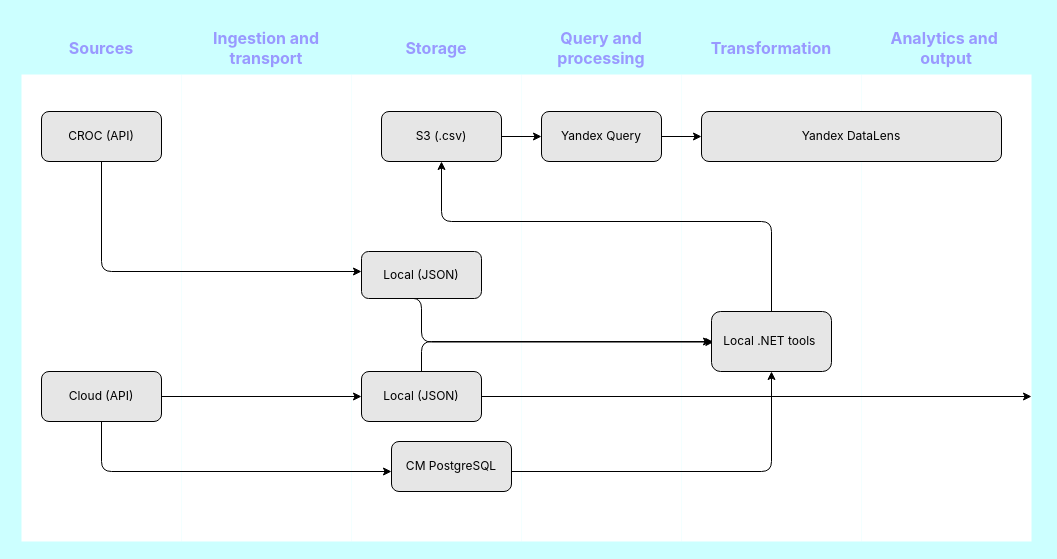
This is Untitled Diagram.drawio from ptokarev/cloudmaster, a draw.io file, before an edit. Source tidied: cells renumbered, new cells numbered last; positions are measured from the earlier drawing's top-left corner, leaving out a move shared by most shapes. Both pictures are drawn from the tidied source at 100%, with x=0, y=0 at pixel (21, 21).
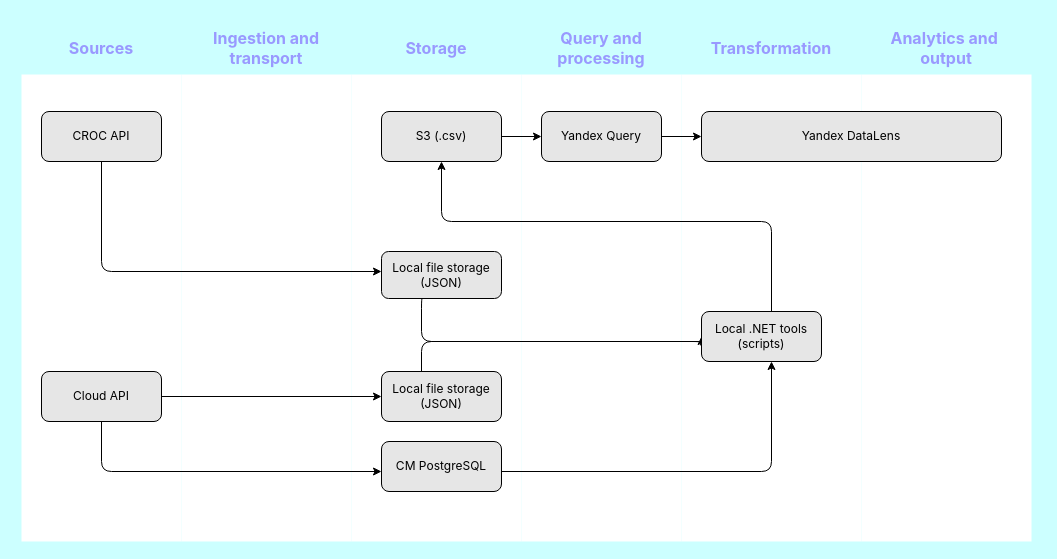
Above is the later version.

Unchanged cells that the change refers to:
```xml
<mxCell id="17" style="whiteSpace=wrap;html=1;rounded=1;" parent="10" vertex="1">
  <mxGeometry x="1010" height="467" as="geometry" />
</mxCell>
```

Change to the diagram source:
```diff
@@
-    <mxCell id="19" value="CROC (&lt;span style=&quot;background-color: initial;&quot;&gt;API)&lt;/span&gt;" style="rounded=1;whiteSpace=wrap;html=1;fontFamily=inter;fillColor=#E6E6E6;" parent="1" vertex="1">
+    <mxCell id="19" value="CROC &lt;span style=&quot;background-color: initial;&quot;&gt;API&lt;/span&gt;" style="rounded=1;whiteSpace=wrap;html=1;fontFamily=inter;fillColor=#E6E6E6;" parent="1" vertex="1">
       <mxGeometry x="20" y="90" width="120" height="50" as="geometry" />
     </mxCell>
@@
-    <mxCell id="22" value="Cloud (API)" style="rounded=1;whiteSpace=wrap;html=1;fontFamily=inter;fillColor=#E6E6E6;" parent="1" vertex="1">
+    <mxCell id="22" value="Cloud API" style="rounded=1;whiteSpace=wrap;html=1;fontFamily=inter;fillColor=#E6E6E6;" parent="1" vertex="1">
       <mxGeometry x="20" y="350" width="120" height="50" as="geometry" />
     </mxCell>
@@
-    <mxCell id="24" value="Local (JSON)" style="whiteSpace=wrap;html=1;rounded=1;fontFamily=inter;fillColor=#E6E6E6;" parent="1" vertex="1">
-      <mxGeometry x="340" y="230" width="120" height="47" as="geometry" />
+    <mxCell id="24" value="Local file storage (JSON)" style="whiteSpace=wrap;html=1;rounded=1;fontFamily=inter;fillColor=#E6E6E6;" parent="1" vertex="1">
+      <mxGeometry x="360" y="230" width="120" height="47" as="geometry" />
     </mxCell>
-    <mxCell id="25" style="edgeStyle=orthogonalEdgeStyle;rounded=0;jettySize=auto;html=1;" parent="1" edge="1" source="27" target="17">
-      <mxGeometry relative="1" as="geometry" />
-    </mxCell>
@@
-    <mxCell id="27" value="Local (JSON)" style="whiteSpace=wrap;html=1;rounded=1;fontFamily=inter;fillColor=#E6E6E6;" parent="1" vertex="1">
-      <mxGeometry x="340" y="350" width="120" height="50" as="geometry" />
+    <mxCell id="27" value="Local file storage (JSON)" style="whiteSpace=wrap;html=1;rounded=1;fontFamily=inter;fillColor=#E6E6E6;" parent="1" vertex="1">
+      <mxGeometry x="360" y="350" width="120" height="50" as="geometry" />
     </mxCell>
@@
     <mxCell id="31" value="CM PostgreSQL" style="whiteSpace=wrap;html=1;rounded=1;fontFamily=inter;fillColor=#E6E6E6;" parent="1" vertex="1">
-      <mxGeometry x="370" y="420" width="120" height="50" as="geometry" />
+      <mxGeometry x="360" y="420" width="120" height="50" as="geometry" />
     </mxCell>
@@
-    <mxCell id="36" value="Local .NET tools&amp;nbsp;" style="rounded=1;whiteSpace=wrap;html=1;fontFamily=inter;fillColor=#E6E6E6;" parent="1" vertex="1">
-      <mxGeometry x="690" y="290" width="120" height="60" as="geometry" />
+    <mxCell id="36" value="Local .NET tools (scripts)" style="rounded=1;whiteSpace=wrap;html=1;fontFamily=inter;fillColor=#E6E6E6;" parent="1" vertex="1">
+      <mxGeometry x="680" y="290" width="120" height="50" as="geometry" />
     </mxCell>
```
